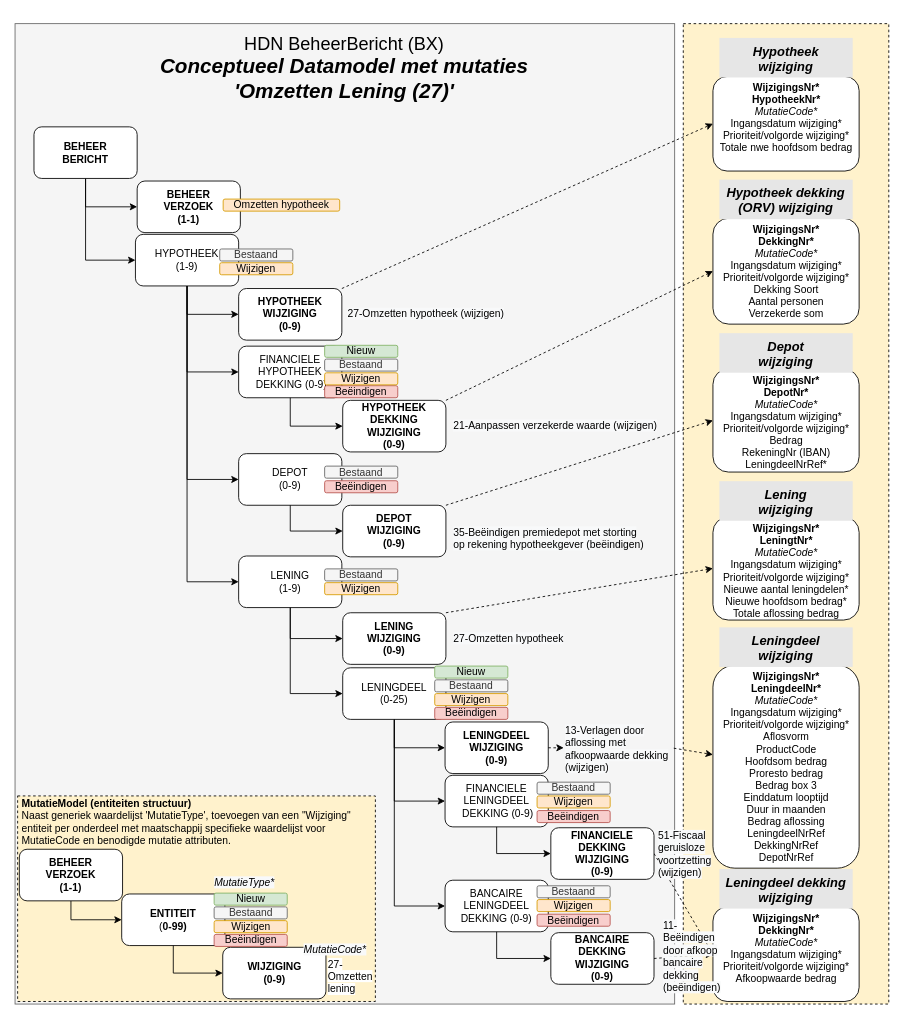
This is page "Datamodel OL met mutaties" (2 of 5) of HDN_BX_MM_OmzettenLening.drawio from luchthandel/diagrams, a draw.io file, before an edit. Source tidied: cells renumbered, new cells numbered last; positions are measured from the earlier drawing's top-left corner, leaving out a move shared by most shapes. Both pictures are drawn from the tidied source at 86%, with x=0, y=0 at pixel (15, 23).
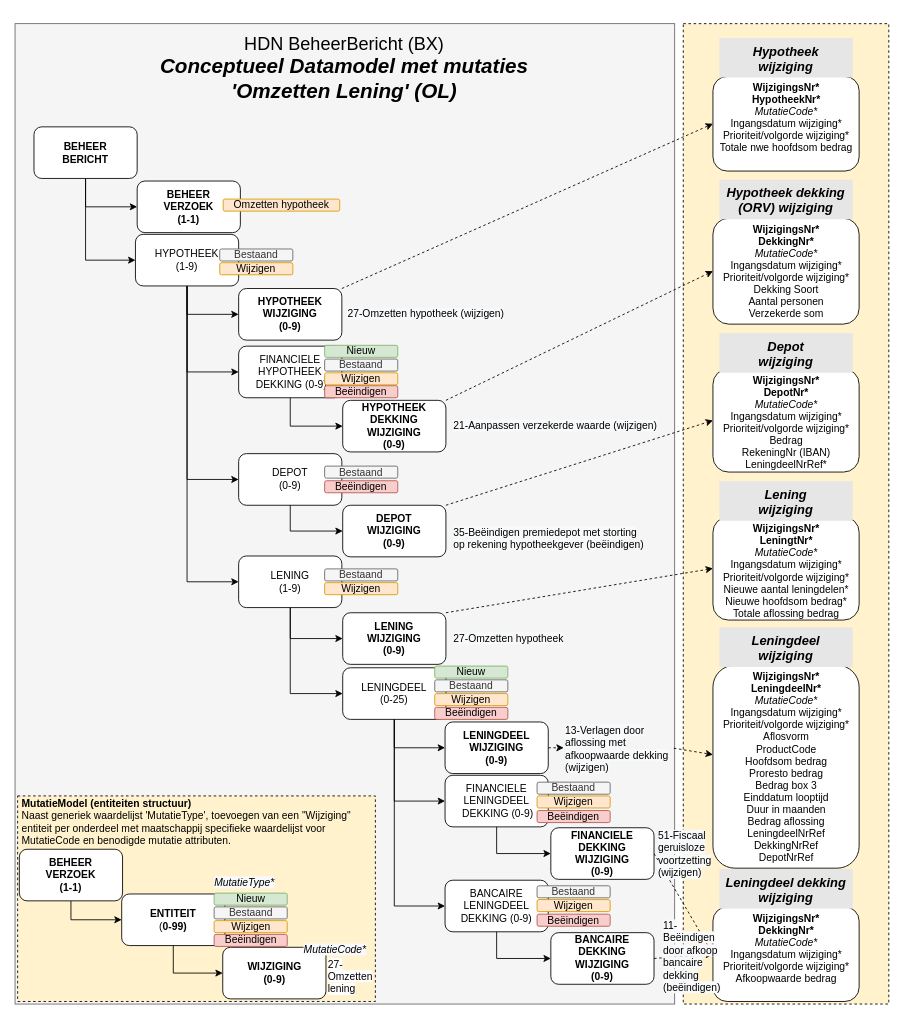
The same diagram, later.

What changed in the source:
```diff
@@
-    <mxCell id="16" value="&lt;font style=&quot;font-size: 21px&quot;&gt;HDN BeheerBericht (BX)&lt;br&gt;&lt;/font&gt;&lt;span style=&quot;font-size: 24px&quot;&gt;&lt;b&gt;&lt;i&gt;Conceptueel Datamodel met mutaties&lt;br&gt;'Omzetten Lening&amp;nbsp;&lt;/i&gt;&lt;/b&gt;&lt;/span&gt;&lt;b style=&quot;font-size: 24px&quot;&gt;&lt;i&gt;(27)'&lt;/i&gt;&lt;/b&gt;" style="text;html=1;strokeColor=none;fillColor=none;align=center;verticalAlign=middle;whiteSpace=wrap;rounded=0;" parent="1" vertex="1">
+    <mxCell id="16" value="&lt;font style=&quot;font-size: 21px&quot;&gt;HDN BeheerBericht (BX)&lt;br&gt;&lt;/font&gt;&lt;span style=&quot;font-size: 24px&quot;&gt;&lt;b&gt;&lt;i&gt;Conceptueel Datamodel met mutaties&lt;br&gt;'Omzetten Lening' (OL)&lt;/i&gt;&lt;/b&gt;&lt;/span&gt;" style="text;html=1;strokeColor=none;fillColor=none;align=center;verticalAlign=middle;whiteSpace=wrap;rounded=0;" parent="1" vertex="1">
       <mxGeometry y="5" width="766" height="93" as="geometry" />
     </mxCell>
```
